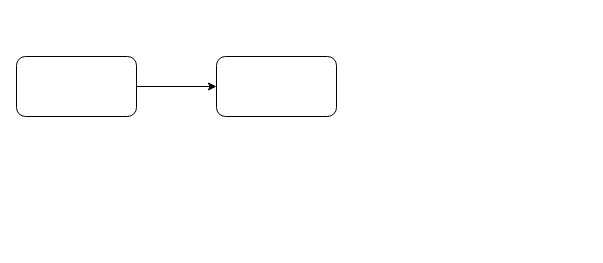
Before: Untitled Diagram.drawio in stenio2011/tt, a draw.io diagram. Source tidied: cells renumbered, new cells numbered last; positions are measured from the earlier drawing's top-left corner, leaving out a move shared by most shapes. Both pictures are drawn from the tidied source at 100%, with x=0, y=0 at pixel (16, 56).
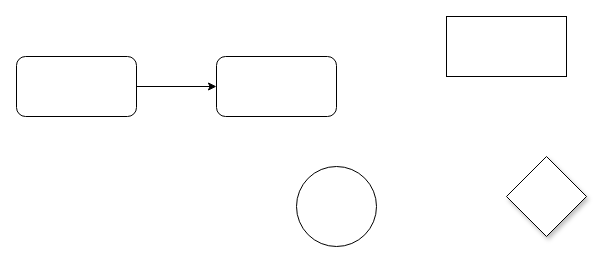
The same diagram, later.

Change to the diagram source:
```diff
@@
 <mxGraphModel>
   <root>
     <mxCell id="0" />
     <mxCell id="1" parent="0" />
     <mxCell id="2" style="edgeStyle=orthogonalEdgeStyle;rounded=0;jettySize=auto;html=1;" parent="1" edge="1" source="3" target="4">
       <mxGeometry relative="1" as="geometry" />
     </mxCell>
     <mxCell id="3" style="rounded=1;whiteSpace=wrap;html=1;" parent="1" vertex="1">
       <mxGeometry width="120" height="60" as="geometry" />
     </mxCell>
-    <mxCell id="4" style="whiteSpace=wrap;html=1;rounded=1;" parent="1" vertex="1">
+    <mxCell id="4" style="whiteSpace=wrap;html=1;rounded=1;direction=west;" parent="1" vertex="1">
       <mxGeometry x="200" width="120" height="60" as="geometry" />
     </mxCell>
+    <mxCell id="5" style="ellipse;whiteSpace=wrap;html=1;" parent="1" vertex="1">
+      <mxGeometry x="280" y="110" width="80" height="80" as="geometry" />
+    </mxCell>
+    <mxCell id="6" style="whiteSpace=wrap;html=1;rounded=0;glass=0;shadow=0;sketch=0;" parent="1" vertex="1">
+      <mxGeometry x="430" y="-40" width="120" height="60" as="geometry" />
+    </mxCell>
+    <mxCell id="7" style="rhombus;whiteSpace=wrap;html=1;rounded=0;sketch=0;shadow=1;direction=east;" parent="1" vertex="1">
+      <mxGeometry x="490" y="100" width="80" height="80" as="geometry" />
+    </mxCell>
   </root>
 </mxGraphModel>
```
